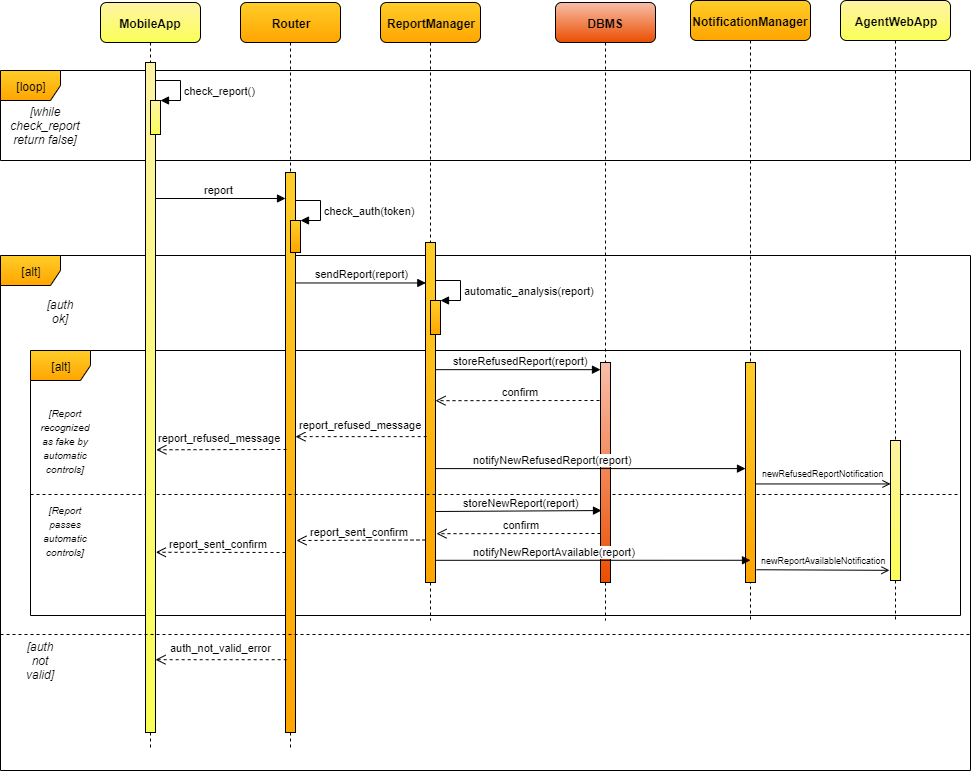
This is DD/img/ArchSequenceSendReport.png from SimoneSartoni/SoftwareEngineering2, a draw.io export, as it was before one commit. Source tidied: cells renumbered, new cells last; positions are measured from the earlier drawing's top-left corner, leaving out a move shared by most shapes.
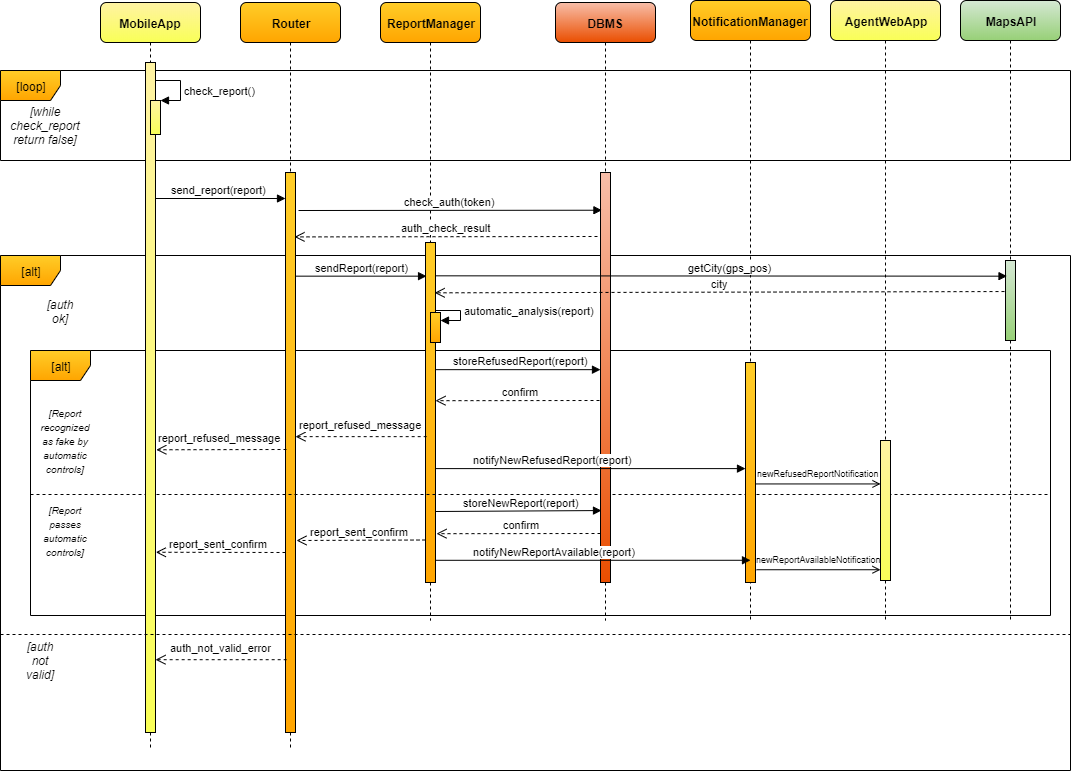
After the commit.

Commit message:
sequence diagrams

What changed in the source:
```diff
@@ -3,13 +3,13 @@
     <mxCell id="0" />
     <mxCell id="1" parent="0" />
     <mxCell id="2" value="[alt]" style="shape=umlFrame;whiteSpace=wrap;html=1;gradientColor=#ffa500;fillColor=#ffcd28;strokeColor=#000000;" parent="1" vertex="1">
-      <mxGeometry y="255" width="970" height="515" as="geometry" />
+      <mxGeometry y="255" width="1070" height="515" as="geometry" />
     </mxCell>
     <mxCell id="3" value="[alt]" style="shape=umlFrame;whiteSpace=wrap;html=1;gradientColor=#ffa500;fillColor=#ffcd28;strokeColor=#000000;" parent="1" vertex="1">
-      <mxGeometry x="30" y="350" width="930" height="265" as="geometry" />
+      <mxGeometry x="30" y="350" width="1020" height="265" as="geometry" />
     </mxCell>
     <mxCell id="4" value="[loop]" style="shape=umlFrame;whiteSpace=wrap;html=1;gradientColor=#ffa500;fillColor=#ffcd28;strokeColor=#000000;" parent="1" vertex="1">
-      <mxGeometry y="70" width="970" height="90" as="geometry" />
+      <mxGeometry y="70" width="1070" height="90" as="geometry" />
     </mxCell>
     <mxCell id="5" value="Router" style="shape=umlLifeline;perimeter=lifelinePerimeter;whiteSpace=wrap;html=1;gradientColor=#FFA500;fillColor=#FFCD28;fontStyle=1;rounded=1;" parent="1" vertex="1">
       <mxGeometry x="240" y="2" width="100" height="748" as="geometry" />
@@ -17,17 +17,6 @@
     <mxCell id="6" style="html=1;points=[];perimeter=orthogonalPerimeter;gradientColor=#FFA500;fillColor=#FFCD28;" parent="5" vertex="1">
       <mxGeometry x="45" y="170" width="10" height="560" as="geometry" />
     </mxCell>
-    <mxCell id="7" style="html=1;points=[];perimeter=orthogonalPerimeter;gradientColor=#FFA500;fillColor=#FFCD28;" parent="5" vertex="1">
-      <mxGeometry x="50" y="218" width="10" height="32" as="geometry" />
-    </mxCell>
-    <mxCell id="8" value="check_auth(token)" style="edgeStyle=orthogonalEdgeStyle;html=1;align=left;spacingLeft=2;endArrow=block;rounded=0;entryX=1;entryY=0;" parent="5" edge="1" target="7">
-      <mxGeometry x="0.08" relative="1" as="geometry">
-        <mxPoint x="55" y="198" as="sourcePoint" />
-        <Array as="points">
-          <mxPoint x="80" y="198" />
-        </Array>
-      </mxGeometry>
-    </mxCell>
     <mxCell id="9" value="ReportManager" style="shape=umlLifeline;perimeter=lifelinePerimeter;whiteSpace=wrap;html=1;gradientColor=#FFA500;fillColor=#FFCD28;fontStyle=1;rounded=1;" parent="1" vertex="1">
       <mxGeometry x="380" y="2" width="100" height="618" as="geometry" />
     </mxCell>
@@ -37,7 +26,7 @@
     <mxCell id="11" value="[while check_report return false]" style="text;html=1;strokeColor=none;fillColor=none;align=center;verticalAlign=middle;whiteSpace=wrap;rounded=0;fontStyle=2;" parent="1" vertex="1">
       <mxGeometry x="25" y="115" width="40" height="20" as="geometry" />
     </mxCell>
-    <mxCell id="12" value="report" style="html=1;verticalAlign=bottom;endArrow=block;" parent="1" edge="1" target="6">
+    <mxCell id="12" value="send_report(report)" style="html=1;verticalAlign=bottom;endArrow=block;" parent="1" edge="1" target="6">
       <mxGeometry x="0.01" relative="1" as="geometry">
         <mxPoint x="150" y="198" as="sourcePoint" />
       </mxGeometry>
@@ -51,7 +40,7 @@
       <mxGeometry x="45" y="430" width="40" height="20" as="geometry" />
     </mxCell>
     <mxCell id="15" style="line;strokeWidth=1;fillColor=none;align=left;verticalAlign=middle;spacingTop=-1;spacingLeft=3;spacingRight=3;labelPosition=right;dashed=1;" parent="1" vertex="1">
-      <mxGeometry x="30" y="490" width="930" height="8" as="geometry" />
+      <mxGeometry x="30" y="490" width="1020" height="8" as="geometry" />
     </mxCell>
     <mxCell id="16" value="&lt;font style=&quot;font-size: 10px&quot;&gt;&lt;i&gt;[Report passes automatic controls]&lt;/i&gt;&lt;/font&gt;" style="text;html=1;strokeColor=none;fillColor=none;align=center;verticalAlign=middle;whiteSpace=wrap;rounded=0;" parent="1" vertex="1">
       <mxGeometry x="45" y="520" width="40" height="20" as="geometry" />
@@ -85,19 +74,23 @@
       <mxGeometry x="555" y="2" width="100" height="618" as="geometry" />
     </mxCell>
     <mxCell id="24" style="html=1;points=[];perimeter=orthogonalPerimeter;fillColor=#F8BEA9;gradientColor=#EA4E00;" parent="23" vertex="1">
-      <mxGeometry x="45" y="360" width="10" height="220" as="geometry" />
+      <mxGeometry x="45" y="170" width="10" height="410" as="geometry" />
     </mxCell>
-    <mxCell id="25" value="sendReport(report)" style="html=1;verticalAlign=bottom;endArrow=block;entryX=0.033;entryY=0.119;entryDx=0;entryDy=0;entryPerimeter=0;" parent="1" edge="1" source="6" target="10">
+    <mxCell id="25" value="sendReport(report)" style="html=1;verticalAlign=bottom;endArrow=block;entryX=0.105;entryY=0.099;entryDx=0;entryDy=0;entryPerimeter=0;" parent="1" edge="1" source="6" target="10">
       <mxGeometry x="0.01" relative="1" as="geometry" />
     </mxCell>
     <mxCell id="26" style="html=1;points=[];perimeter=orthogonalPerimeter;gradientColor=#FFA500;fillColor=#FFCD28;" parent="1" vertex="1">
-      <mxGeometry x="430" y="300" width="10" height="34" as="geometry" />
+      <mxGeometry x="430" y="312" width="10" height="30" as="geometry" />
     </mxCell>
-    <mxCell id="27" value="automatic_analysis(report)" style="edgeStyle=orthogonalEdgeStyle;html=1;align=left;spacingLeft=2;endArrow=block;rounded=0;entryX=1;entryY=0;" parent="1" edge="1" target="26">
+    <mxCell id="27" value="automatic_analysis(report)" style="edgeStyle=orthogonalEdgeStyle;html=1;align=left;spacingLeft=2;endArrow=block;rounded=0;exitX=0.962;exitY=0.095;exitDx=0;exitDy=0;exitPerimeter=0;" parent="1" edge="1">
       <mxGeometry x="0.08" relative="1" as="geometry">
-        <mxPoint x="435.1" y="279.8" as="sourcePoint" />
+        <mxPoint x="435" y="300" as="sourcePoint" />
+        <mxPoint x="440" y="320" as="targetPoint" />
         <Array as="points">
-          <mxPoint x="460" y="280" />
+          <mxPoint x="435" y="310" />
+          <mxPoint x="460" y="310" />
+          <mxPoint x="460" y="320" />
+          <mxPoint x="440" y="320" />
         </Array>
       </mxGeometry>
     </mxCell>
@@ -108,7 +101,7 @@
       <mxGeometry x="55" y="362" width="10" height="220" as="geometry" />
     </mxCell>
     <mxCell id="30" value="AgentWebApp" style="shape=umlLifeline;perimeter=lifelinePerimeter;whiteSpace=wrap;html=1;gradientColor=#F9FF57;fillColor=#FFF3A3;fontStyle=1;rounded=1;" parent="1" vertex="1">
-      <mxGeometry x="840" width="110" height="620" as="geometry" />
+      <mxGeometry x="830" width="110" height="620" as="geometry" />
     </mxCell>
     <mxCell id="31" style="html=1;points=[];perimeter=orthogonalPerimeter;gradientColor=#F9FF57;fillColor=#FFF3A3;" parent="30" vertex="1">
       <mxGeometry x="50" y="440" width="10" height="140" as="geometry" />
@@ -151,10 +144,8 @@
         <mxPoint x="434.8" y="559.8" as="sourcePoint" />
       </mxGeometry>
     </mxCell>
-    <mxCell id="40" value="newReportAvailableNotification" style="html=1;verticalAlign=bottom;endArrow=open;endFill=0;fontSize=9;spacingBottom=3;exitX=1.105;exitY=0.942;exitDx=0;exitDy=0;exitPerimeter=0;" parent="1" edge="1" source="29">
-      <mxGeometry relative="1" as="geometry">
-        <mxPoint x="889" y="569.8" as="targetPoint" />
-      </mxGeometry>
+    <mxCell id="40" value="newReportAvailableNotification" style="html=1;verticalAlign=bottom;endArrow=open;endFill=0;fontSize=9;spacingBottom=3;exitX=1.105;exitY=0.942;exitDx=0;exitDy=0;exitPerimeter=0;" parent="1" edge="1" source="29" target="31">
+      <mxGeometry relative="1" as="geometry" />
     </mxCell>
     <mxCell id="41" value="[auth ok]" style="text;html=1;strokeColor=none;fillColor=none;align=center;verticalAlign=middle;whiteSpace=wrap;rounded=0;fontStyle=2;" parent="1" vertex="1">
       <mxGeometry x="40" y="301" width="40" height="20" as="geometry" />
@@ -163,10 +154,32 @@
       <mxGeometry relative="1" as="geometry" />
     </mxCell>
     <mxCell id="43" style="line;strokeWidth=1;fillColor=none;align=left;verticalAlign=middle;spacingTop=-1;spacingLeft=3;spacingRight=3;labelPosition=right;dashed=1;" parent="1" vertex="1">
-      <mxGeometry y="630" width="970" height="8" as="geometry" />
+      <mxGeometry y="630" width="1070" height="8" as="geometry" />
     </mxCell>
     <mxCell id="44" value="[auth not valid]" style="text;html=1;strokeColor=none;fillColor=none;align=center;verticalAlign=middle;whiteSpace=wrap;rounded=0;fontStyle=2;" parent="1" vertex="1">
       <mxGeometry x="20" y="650" width="40" height="20" as="geometry" />
     </mxCell>
+    <mxCell id="45" value="auth_check_result" style="html=1;verticalAlign=bottom;endArrow=open;dashed=1;endSize=8;entryX=0.9;entryY=0.115;entryDx=0;entryDy=0;entryPerimeter=0;" parent="1" edge="1" target="6">
+      <mxGeometry relative="1" as="geometry">
+        <mxPoint x="597" y="236" as="sourcePoint" />
+      </mxGeometry>
+    </mxCell>
+    <mxCell id="8" value="check_auth(token)" style="html=1;verticalAlign=bottom;endArrow=block;entryX=0.143;entryY=0.092;entryDx=0;entryDy=0;entryPerimeter=0;" parent="1" edge="1" target="24">
+      <mxGeometry relative="1" as="geometry">
+        <mxPoint x="298" y="210" as="sourcePoint" />
+      </mxGeometry>
+    </mxCell>
+    <mxCell id="46" value="MapsAPI" style="shape=umlLifeline;perimeter=lifelinePerimeter;whiteSpace=wrap;html=1;rounded=1;fillColor=#D5E8D4;gradientColor=#97D077;fontStyle=1;" parent="1" vertex="1">
+      <mxGeometry x="960" width="100" height="620" as="geometry" />
+    </mxCell>
+    <mxCell id="47" style="html=1;points=[];perimeter=orthogonalPerimeter;gradientColor=#97D077;fillColor=#D5E8D4;" parent="46" vertex="1">
+      <mxGeometry x="45" y="260" width="10" height="80" as="geometry" />
+    </mxCell>
+    <mxCell id="48" value="getCity(gps_pos)" style="html=1;verticalAlign=bottom;endArrow=block;endFill=1;strokeColor=#000000;endSize=6;jumpSize=6;exitX=0.962;exitY=0.098;exitDx=0;exitDy=0;exitPerimeter=0;entryX=0.152;entryY=0.196;entryDx=0;entryDy=0;entryPerimeter=0;" parent="1" edge="1" source="10" target="47">
+      <mxGeometry x="0.03" relative="1" as="geometry" />
+    </mxCell>
+    <mxCell id="49" value="city" style="html=1;verticalAlign=bottom;endArrow=open;dashed=1;endSize=8;entryX=0.914;entryY=0.148;entryDx=0;entryDy=0;entryPerimeter=0;exitX=-0.1;exitY=0.388;exitDx=0;exitDy=0;exitPerimeter=0;" parent="1" edge="1" source="47" target="10">
+      <mxGeometry relative="1" as="geometry" />
+    </mxCell>
   </root>
 </mxGraphModel>
```
